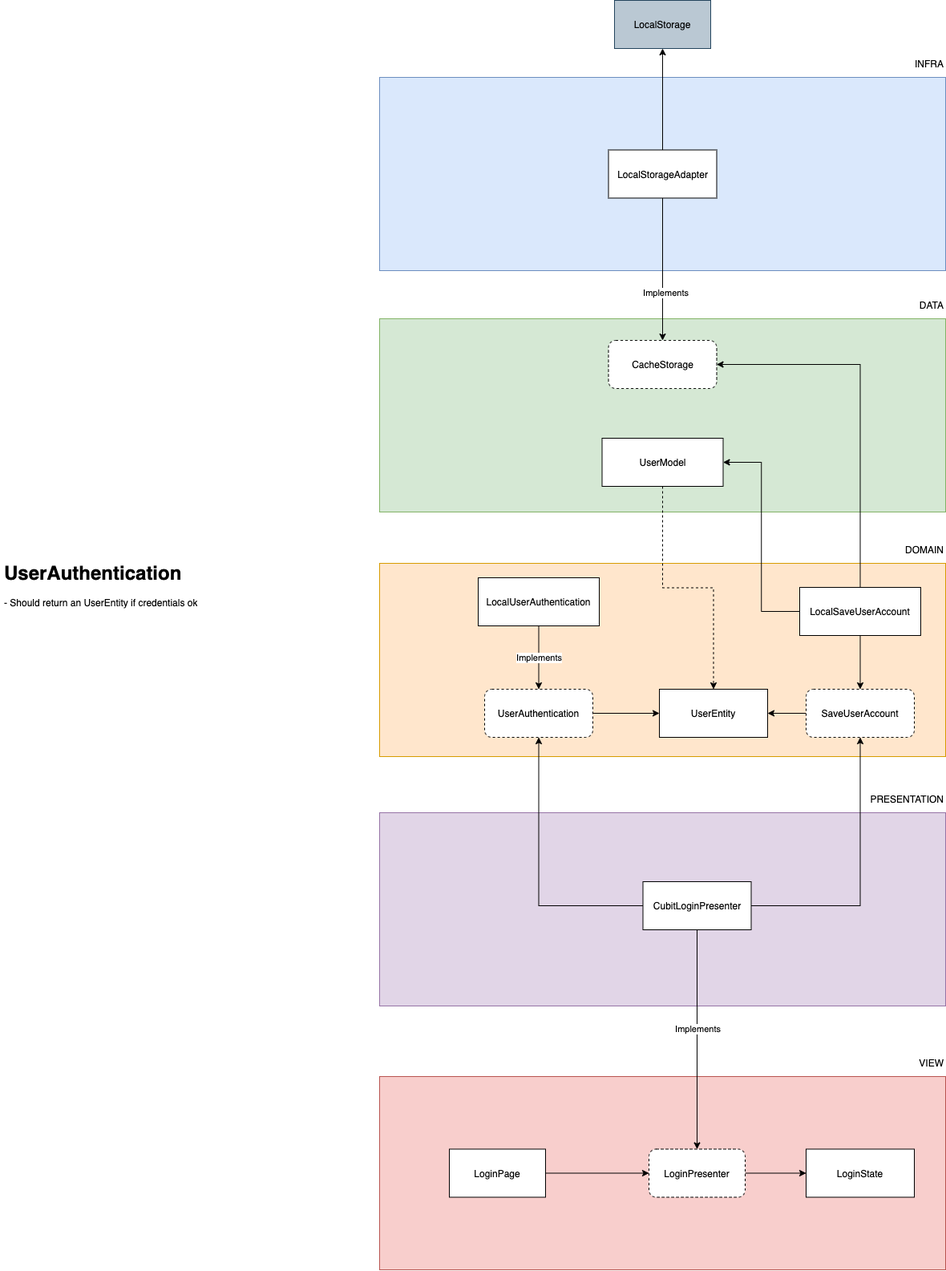
Above: architecture.png in emersonsiega/grocery_store_app (draw.io), before the change. Source tidied: cells renumbered, new cells last; positions are measured from the earlier drawing's top-left corner, leaving out a move shared by most shapes.
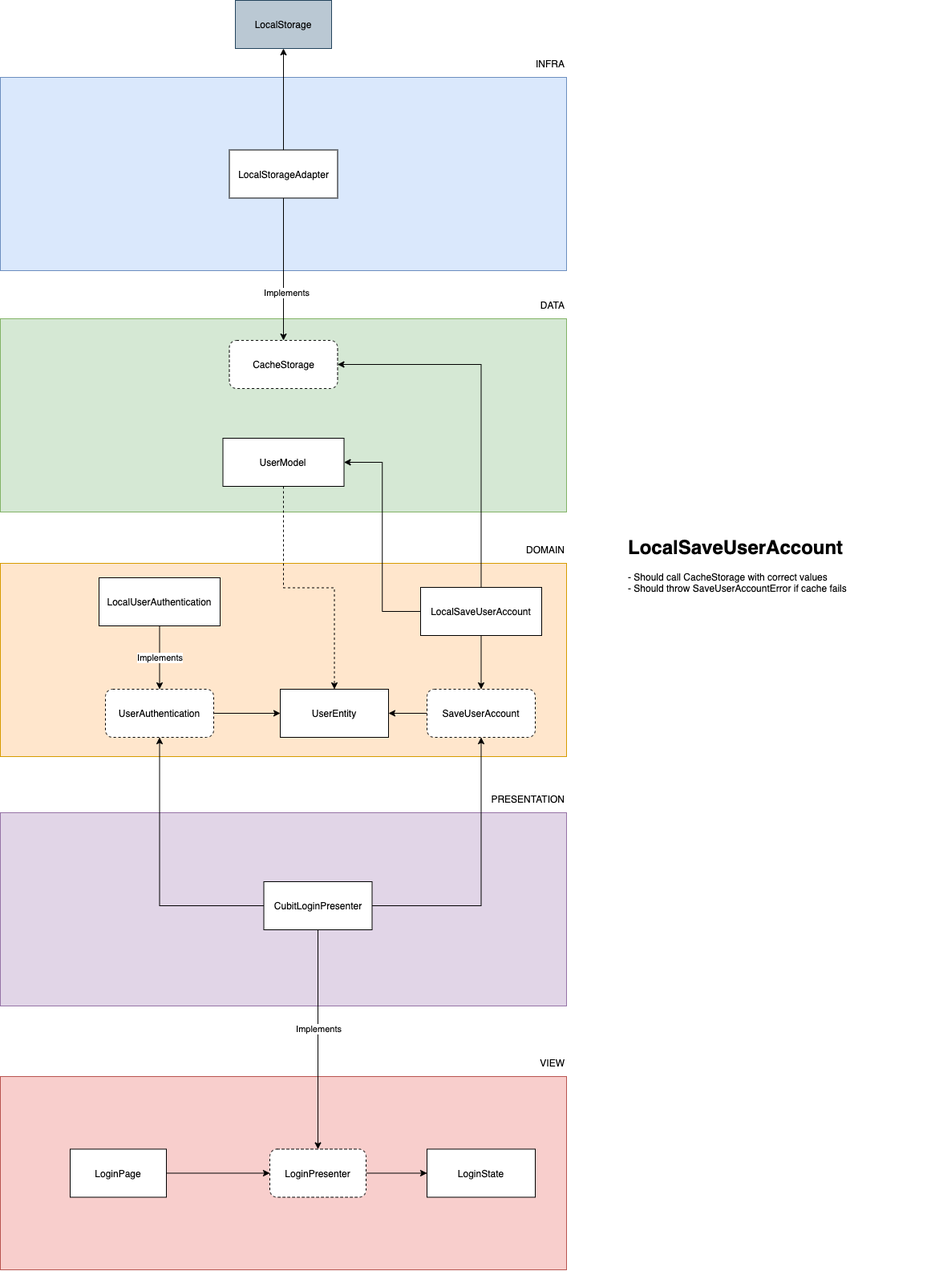
The same diagram one commit later.

Change to the diagram source:
```diff
@@ -126,8 +126,8 @@
     <mxCell id="41" value="LocalSaveUserAccount" style="rounded=0;whiteSpace=wrap;html=1;fillColor=default;align=center;" parent="1" vertex="1">
       <mxGeometry x="997" y="732" width="151" height="60" as="geometry" />
     </mxCell>
-    <mxCell id="42" value="&lt;h1&gt;UserAuthentication&lt;/h1&gt;&lt;p&gt;- Should return an UserEntity if credentials ok&lt;/p&gt;" style="text;html=1;strokeColor=none;fillColor=none;spacing=5;spacingTop=-20;whiteSpace=wrap;overflow=hidden;rounded=0;dashed=1;align=left;" parent="1" vertex="1">
-      <mxGeometry y="695" width="377" height="208" as="geometry" />
+    <mxCell id="42" value="&lt;h1&gt;LocalSaveUserAccount&lt;/h1&gt;&lt;p&gt;- Should call CacheStorage with correct values&lt;br&gt;- Should throw SaveUserAccountError if cache fails&lt;/p&gt;" style="text;html=1;strokeColor=none;fillColor=none;spacing=5;spacingTop=-20;whiteSpace=wrap;overflow=hidden;rounded=0;dashed=1;align=left;" parent="1" vertex="1">
+      <mxGeometry x="1251" y="663" width="377" height="208" as="geometry" />
     </mxCell>
   </root>
 </mxGraphModel>
```
